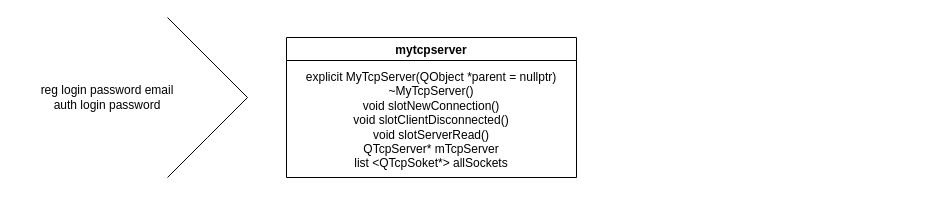
The draw.io diagram classesDiagram.drawio in BubenokGeorgy/groupTask, before the edit. Source tidied: cells renumbered, new cells numbered last; positions are measured from the earlier drawing's top-left corner, leaving out a move shared by most shapes. Both pictures are drawn from the tidied source at 100%, with x=0, y=0 at pixel (17, 17).
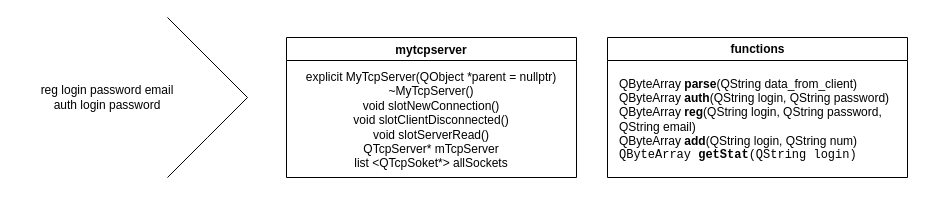
The same page after the edit.

Diff of the diagram source:
```diff
@@
 <mxGraphModel>
   <root>
     <mxCell id="0" />
     <mxCell id="1" parent="0" />
     <mxCell id="2" value="mytcpserver" style="swimlane;" parent="1" vertex="1">
       <mxGeometry x="269" y="20" width="290" height="140" as="geometry" />
     </mxCell>
     <mxCell id="3" value="&lt;span style=&quot;background-color: rgb(255 , 255 , 255)&quot;&gt;&lt;span class=&quot;pl-en&quot; style=&quot;box-sizing: border-box ; font-family: , , &amp;#34;sf mono&amp;#34; , &amp;#34;menlo&amp;#34; , &amp;#34;consolas&amp;#34; , &amp;#34;liberation mono&amp;#34; , monospace&quot;&gt;explicit MyTcpServer&lt;/span&gt;&lt;span style=&quot;font-family: , , &amp;#34;sf mono&amp;#34; , &amp;#34;menlo&amp;#34; , &amp;#34;consolas&amp;#34; , &amp;#34;liberation mono&amp;#34; , monospace&quot;&gt;(QObject *parent = &lt;/span&gt;&lt;span class=&quot;pl-c1&quot; style=&quot;box-sizing: border-box ; font-family: , , &amp;#34;sf mono&amp;#34; , &amp;#34;menlo&amp;#34; , &amp;#34;consolas&amp;#34; , &amp;#34;liberation mono&amp;#34; , monospace&quot;&gt;nullptr&lt;/span&gt;&lt;span style=&quot;font-family: , , &amp;#34;sf mono&amp;#34; , &amp;#34;menlo&amp;#34; , &amp;#34;consolas&amp;#34; , &amp;#34;liberation mono&amp;#34; , monospace&quot;&gt;)&lt;br&gt;~MyTcpServer()&lt;br&gt;void slotNewConnection()&lt;br&gt;void slotClientDisconnected()&lt;br&gt;void slotServerRead()&lt;br&gt;QTcpServer* mTcpServer&lt;br&gt;list &amp;lt;QTcpSoket*&amp;gt;&amp;nbsp;&lt;/span&gt;&lt;/span&gt;&lt;span&gt;allSockets&lt;/span&gt;&lt;span style=&quot;background-color: rgb(255 , 255 , 255)&quot;&gt;&lt;span style=&quot;font-family: , , &amp;#34;sf mono&amp;#34; , &amp;#34;menlo&amp;#34; , &amp;#34;consolas&amp;#34; , &amp;#34;liberation mono&amp;#34; , monospace&quot;&gt;&lt;br&gt;&lt;/span&gt;&lt;/span&gt;&lt;span style=&quot;background-color: rgb(255 , 255 , 255)&quot;&gt;&lt;span style=&quot;font-family: , , &amp;#34;sf mono&amp;#34; , &amp;#34;menlo&amp;#34; , &amp;#34;consolas&amp;#34; , &amp;#34;liberation mono&amp;#34; , monospace&quot;&gt;&lt;br&gt;&lt;/span&gt;&lt;/span&gt;" style="text;html=1;strokeColor=none;fillColor=none;align=center;verticalAlign=middle;whiteSpace=wrap;rounded=0;" parent="2" vertex="1">
       <mxGeometry x="10" y="30" width="270" height="120" as="geometry" />
     </mxCell>
     <mxCell id="4" style="endArrow=none;html=1;rounded=0;fontColor=#000000;" parent="1" edge="1">
       <mxGeometry relative="1" as="geometry">
         <mxPoint x="230" y="80" as="sourcePoint" />
         <mxPoint x="150" as="targetPoint" />
       </mxGeometry>
     </mxCell>
     <mxCell id="5" style="endArrow=none;html=1;rounded=0;fontColor=#000000;" parent="1" edge="1">
       <mxGeometry relative="1" as="geometry">
         <mxPoint x="150" y="160" as="sourcePoint" />
         <mxPoint x="230" y="80" as="targetPoint" />
         <Array as="points">
           <mxPoint x="190" y="120" />
         </Array>
       </mxGeometry>
     </mxCell>
     <mxCell id="6" value="reg login password email&lt;br&gt;auth login password" style="text;html=1;strokeColor=none;fillColor=none;align=center;verticalAlign=middle;whiteSpace=wrap;rounded=0;labelBackgroundColor=#FFFFFF;fontColor=#000000;" parent="1" vertex="1">
       <mxGeometry y="20" width="180" height="120" as="geometry" />
     </mxCell>
+    <mxCell id="7" value="functions" style="swimlane;html=1;" parent="1" vertex="1">
+      <mxGeometry x="590" y="20" width="300" height="140" as="geometry" />
+    </mxCell>
+    <mxCell id="8" value="&lt;blockquote style=&quot;margin: 0 0 0 40px; border: none; padding: 0px;&quot;&gt;&lt;/blockquote&gt;&lt;br&gt;QByteArray &lt;span style=&quot;font-weight: 700;&quot;&gt;parse&lt;/span&gt;(QString data_from_client)&lt;br&gt;QByteArray &lt;span style=&quot;font-weight: 700;&quot;&gt;auth&lt;/span&gt;(QString login, QString password)&lt;br&gt;QByteArray &lt;span style=&quot;font-weight: 700;&quot;&gt;reg&lt;/span&gt;(QString login, QString password, QString email)&lt;br&gt;&lt;span style=&quot;background-color: initial;&quot;&gt;QByteArray &lt;/span&gt;&lt;span style=&quot;background-color: initial; font-weight: 700;&quot;&gt;add&lt;/span&gt;&lt;span style=&quot;background-color: initial;&quot;&gt;(QString login, QString num)&lt;/span&gt;&lt;br&gt;&lt;pre style=&quot;margin-top: 0px; margin-bottom: 0px;&quot;&gt;QByteArray &lt;span style=&quot;font-weight:700;&quot;&gt;getStat&lt;/span&gt;(QString login)&lt;/pre&gt;&lt;pre style=&quot;font-size: 12px; font-style: normal; font-variant-ligatures: normal; font-variant-caps: normal; font-weight: 400; letter-spacing: normal; orphans: 2; text-indent: 0px; text-transform: none; widows: 2; word-spacing: 0px; -webkit-text-stroke-width: 0px; background-color: rgb(248, 249, 250); text-decoration-thickness: initial; text-decoration-style: initial; text-decoration-color: initial; margin-top: 0px; margin-bottom: 0px;&quot;&gt;&lt;pre style=&quot;margin-top: 0px; margin-bottom: 0px;&quot;&gt;&lt;/pre&gt;&lt;/pre&gt;" style="text;html=1;strokeColor=none;fillColor=none;align=left;verticalAlign=middle;whiteSpace=wrap;rounded=0;" parent="7" vertex="1">
+      <mxGeometry x="10" y="10" width="280" height="130" as="geometry" />
+    </mxCell>
   </root>
 </mxGraphModel>
```
